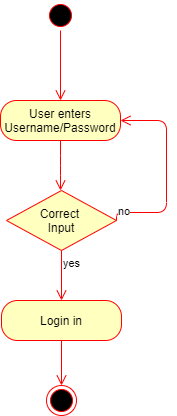
The draw.io diagram Diagrams/Activity Diagrams/User Login.png in kkasharaj17/SE-project, before a commit. Source tidied: cells renumbered, new cells last; positions are measured from the earlier drawing's top-left corner, leaving out a move shared by most shapes.
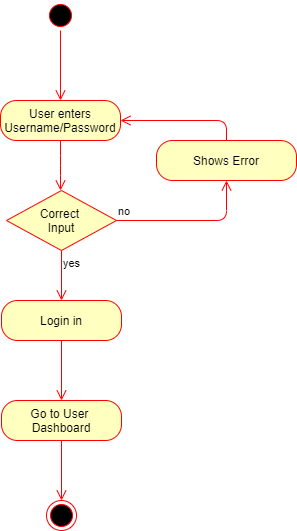
After the commit.

Diff of the diagram source:
```diff
@@ -21,11 +21,10 @@
     <mxCell id="6" value="Correct &lt;br&gt;Input" style="rhombus;whiteSpace=wrap;html=1;fillColor=#ffffc0;strokeColor=#ff0000;" parent="1" vertex="1">
       <mxGeometry x="6" y="190" width="110" height="60" as="geometry" />
     </mxCell>
-    <mxCell id="7" value="no" style="edgeStyle=orthogonalEdgeStyle;html=1;align=left;verticalAlign=bottom;endArrow=open;endSize=8;strokeColor=#ff0000;entryX=1;entryY=0.5;entryDx=0;entryDy=0;exitX=1;exitY=0.5;exitDx=0;exitDy=0;" parent="1" edge="1" source="6" target="4">
+    <mxCell id="7" value="no" style="edgeStyle=orthogonalEdgeStyle;html=1;align=left;verticalAlign=bottom;endArrow=open;endSize=8;strokeColor=#ff0000;exitX=1;exitY=0.5;exitDx=0;exitDy=0;entryX=0.5;entryY=1;entryDx=0;entryDy=0;" parent="1" edge="1" source="6" target="15">
       <mxGeometry x="-1" relative="1" as="geometry">
         <Array as="points">
-          <mxPoint x="166" y="212" />
-          <mxPoint x="166" y="120" />
+          <mxPoint x="226" y="220" />
         </Array>
       </mxGeometry>
     </mxCell>
@@ -37,11 +36,31 @@
     <mxCell id="9" value="Login in" style="rounded=1;whiteSpace=wrap;html=1;arcSize=40;fontColor=#000000;fillColor=#ffffc0;strokeColor=#ff0000;" parent="1" vertex="1">
       <mxGeometry x="1" y="300" width="120" height="40" as="geometry" />
     </mxCell>
-    <mxCell id="10" style="edgeStyle=orthogonalEdgeStyle;html=1;verticalAlign=bottom;endArrow=open;endSize=8;strokeColor=#ff0000;" parent="1" edge="1" source="9" target="11">
-      <mxGeometry relative="1" as="geometry" />
+    <mxCell id="10" style="edgeStyle=orthogonalEdgeStyle;html=1;verticalAlign=bottom;endArrow=open;endSize=8;strokeColor=#ff0000;" parent="1" edge="1" source="9">
+      <mxGeometry relative="1" as="geometry">
+        <mxPoint x="61" y="400" as="targetPoint" />
+      </mxGeometry>
     </mxCell>
-    <mxCell id="11" style="ellipse;html=1;shape=endState;fillColor=#000000;strokeColor=#ff0000;" parent="1" vertex="1">
-      <mxGeometry x="46" y="385" width="30" height="30" as="geometry" />
-    </mxCell>
+    <mxCell id="12" value="Go to User&amp;nbsp;&lt;br&gt;Dashboard" style="rounded=1;whiteSpace=wrap;html=1;arcSize=40;fontColor=#000000;fillColor=#ffffc0;strokeColor=#ff0000;" parent="1" vertex="1">
+      <mxGeometry x="1" y="400" width="120" height="40" as="geometry" />
+    </mxCell>
+    <mxCell id="13" style="edgeStyle=orthogonalEdgeStyle;html=1;verticalAlign=bottom;endArrow=open;endSize=8;strokeColor=#ff0000;" parent="1" edge="1" source="12">
+      <mxGeometry relative="1" as="geometry">
+        <mxPoint x="61" y="500" as="targetPoint" />
+      </mxGeometry>
+    </mxCell>
+    <mxCell id="14" style="ellipse;html=1;shape=endState;fillColor=#000000;strokeColor=#ff0000;" parent="1" vertex="1">
+      <mxGeometry x="46" y="500" width="30" height="30" as="geometry" />
+    </mxCell>
+    <mxCell id="15" value="Shows Error" style="rounded=1;whiteSpace=wrap;html=1;arcSize=40;fontColor=#000000;fillColor=#ffffc0;strokeColor=#ff0000;" parent="1" vertex="1">
+      <mxGeometry x="156" y="140" width="140" height="40" as="geometry" />
+    </mxCell>
+    <mxCell id="16" style="edgeStyle=orthogonalEdgeStyle;html=1;verticalAlign=bottom;endArrow=open;endSize=8;strokeColor=#ff0000;entryX=1;entryY=0.5;entryDx=0;entryDy=0;" parent="1" edge="1" source="15" target="4">
+      <mxGeometry relative="1" as="geometry">
+        <Array as="points">
+          <mxPoint x="226" y="120" />
+        </Array>
+      </mxGeometry>
+    </mxCell>
   </root>
 </mxGraphModel>
```
